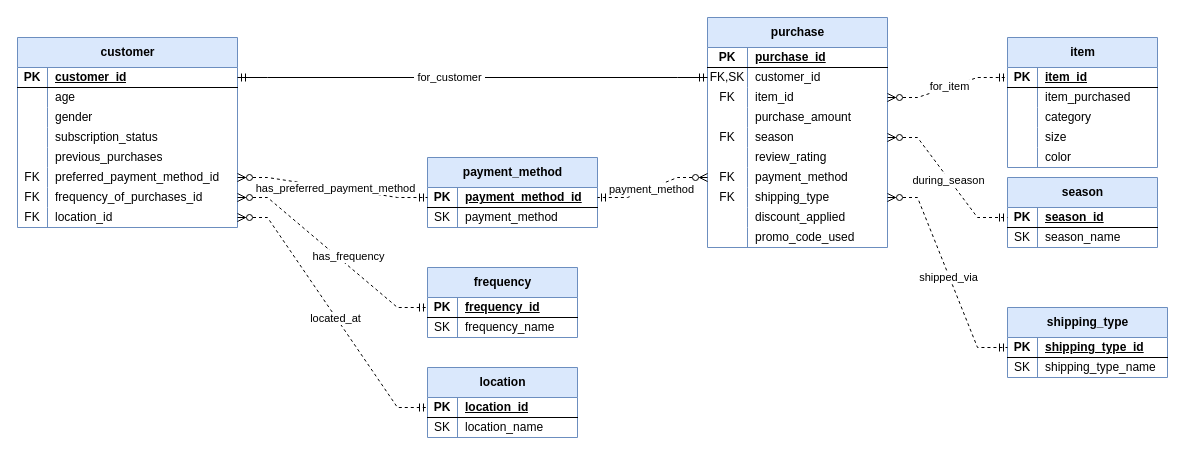
quoll/608_HW3_ERModels keeps this draw.io diagram as shopping_trends.drawio. Above is the earlier version. Source tidied: cells renumbered, new cells numbered last; positions are measured from the earlier drawing's top-left corner, leaving out a move shared by most shapes. Both pictures are drawn from the tidied source at 100%, with x=0, y=0 at pixel (17, 17).
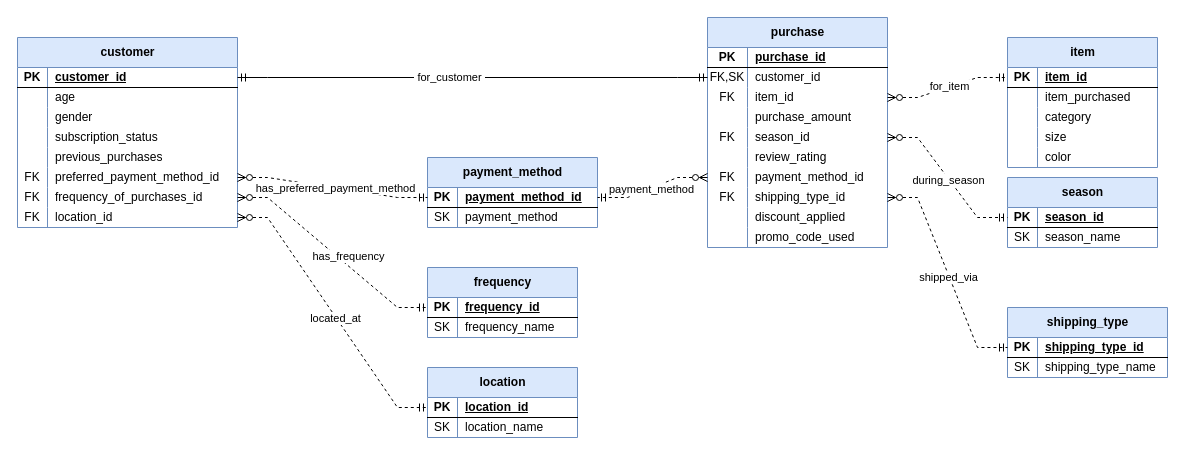
Above is the later version.

Commit message (it also covers changes not shown here):
Updated foreign key attribute names

The change refers to these unchanged cells:
```xml
<mxCell id="56" style="shape=tableRow;horizontal=0;startSize=0;swimlaneHead=0;swimlaneBody=0;fillColor=none;points=[[0,0.5],[1,0.5]];portConstraint=eastwest;top=0;left=0;right=0;bottom=0;" parent="43" vertex="1">
  <mxGeometry y="110" width="180" height="20" as="geometry" />
</mxCell>
<mxCell id="62" style="shape=tableRow;horizontal=0;startSize=0;swimlaneHead=0;swimlaneBody=0;fillColor=none;points=[[0,0.5],[1,0.5]];portConstraint=eastwest;top=0;left=0;right=0;bottom=0;" parent="43" vertex="1">
  <mxGeometry y="150" width="180" height="20" as="geometry" />
</mxCell>
<mxCell id="65" style="shape=tableRow;horizontal=0;startSize=0;swimlaneHead=0;swimlaneBody=0;fillColor=none;points=[[0,0.5],[1,0.5]];portConstraint=eastwest;top=0;left=0;right=0;bottom=0;" parent="43" vertex="1">
  <mxGeometry y="170" width="180" height="20" as="geometry" />
</mxCell>
```

Change to the diagram source:
```diff
@@
-    <mxCell id="58" value="season" style="shape=partialRectangle;fillColor=none;top=0;left=0;bottom=0;right=0;align=left;spacingLeft=6;overflow=hidden;whiteSpace=wrap;html=1;" parent="56" vertex="1">
+    <mxCell id="58" value="season_id" style="shape=partialRectangle;fillColor=none;top=0;left=0;bottom=0;right=0;align=left;spacingLeft=6;overflow=hidden;whiteSpace=wrap;html=1;" parent="56" vertex="1">
       <mxGeometry x="40" width="140" height="20" as="geometry" />
     </mxCell>
@@
-    <mxCell id="64" value="payment_method" style="shape=partialRectangle;fillColor=none;top=0;left=0;bottom=0;right=0;align=left;spacingLeft=6;overflow=hidden;whiteSpace=wrap;html=1;" parent="62" vertex="1">
+    <mxCell id="64" value="payment_method_id" style="shape=partialRectangle;fillColor=none;top=0;left=0;bottom=0;right=0;align=left;spacingLeft=6;overflow=hidden;whiteSpace=wrap;html=1;" parent="62" vertex="1">
       <mxGeometry x="40" width="140" height="20" as="geometry" />
     </mxCell>
@@
-    <mxCell id="67" value="shipping_type" style="shape=partialRectangle;fillColor=none;top=0;left=0;bottom=0;right=0;align=left;spacingLeft=6;overflow=hidden;whiteSpace=wrap;html=1;" parent="65" vertex="1">
+    <mxCell id="67" value="shipping_type_id" style="shape=partialRectangle;fillColor=none;top=0;left=0;bottom=0;right=0;align=left;spacingLeft=6;overflow=hidden;whiteSpace=wrap;html=1;" parent="65" vertex="1">
       <mxGeometry x="40" width="140" height="20" as="geometry" />
     </mxCell>
```
